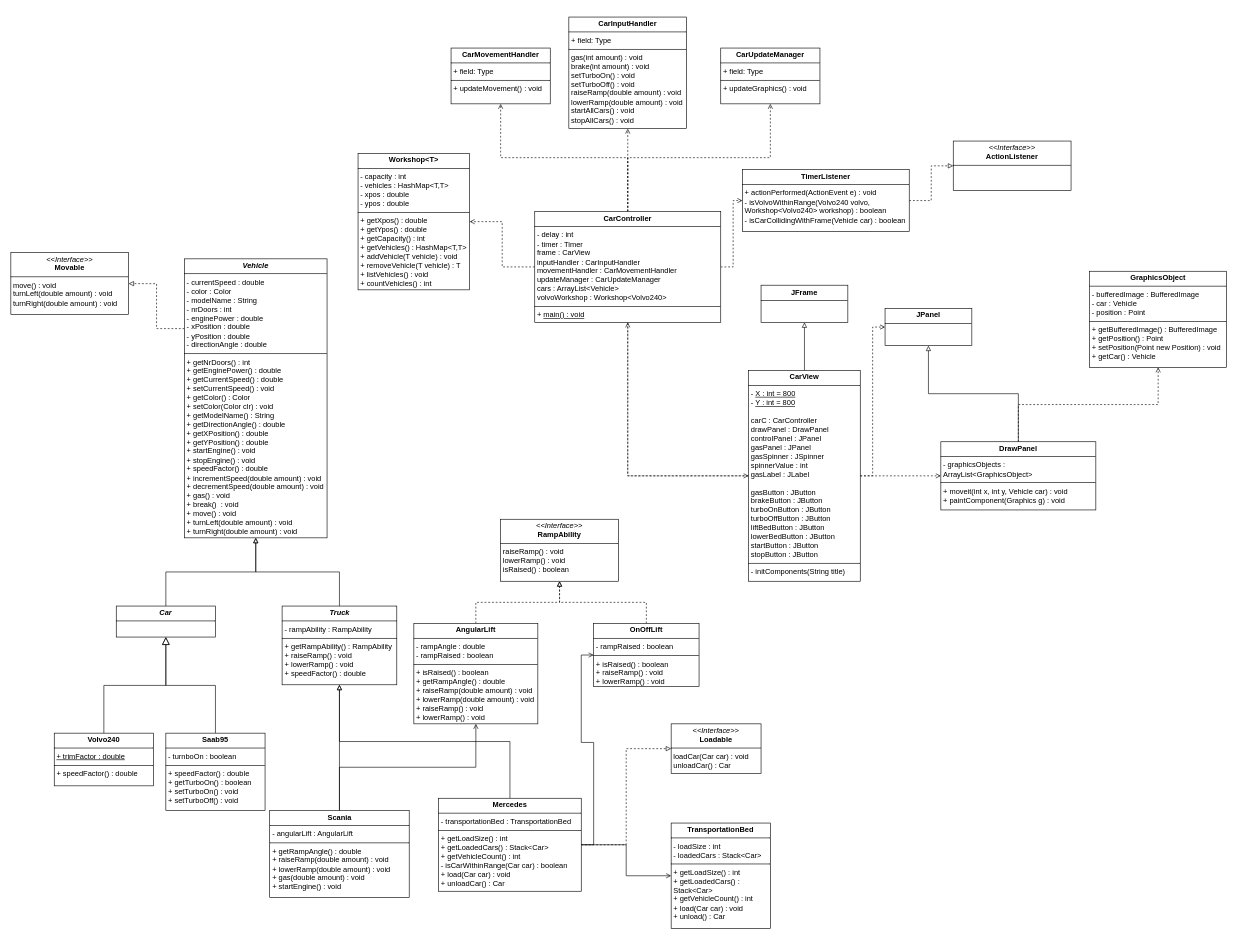
Before: out/production/lab3/UMLdiagram-new.drawio in kankodakoda/lab3, a draw.io diagram. Source tidied: cells renumbered, new cells numbered last; positions are measured from the earlier drawing's top-left corner, leaving out a move shared by most shapes. Both pictures are drawn from the tidied source at 62%, with x=0, y=0 at pixel (11, 17).
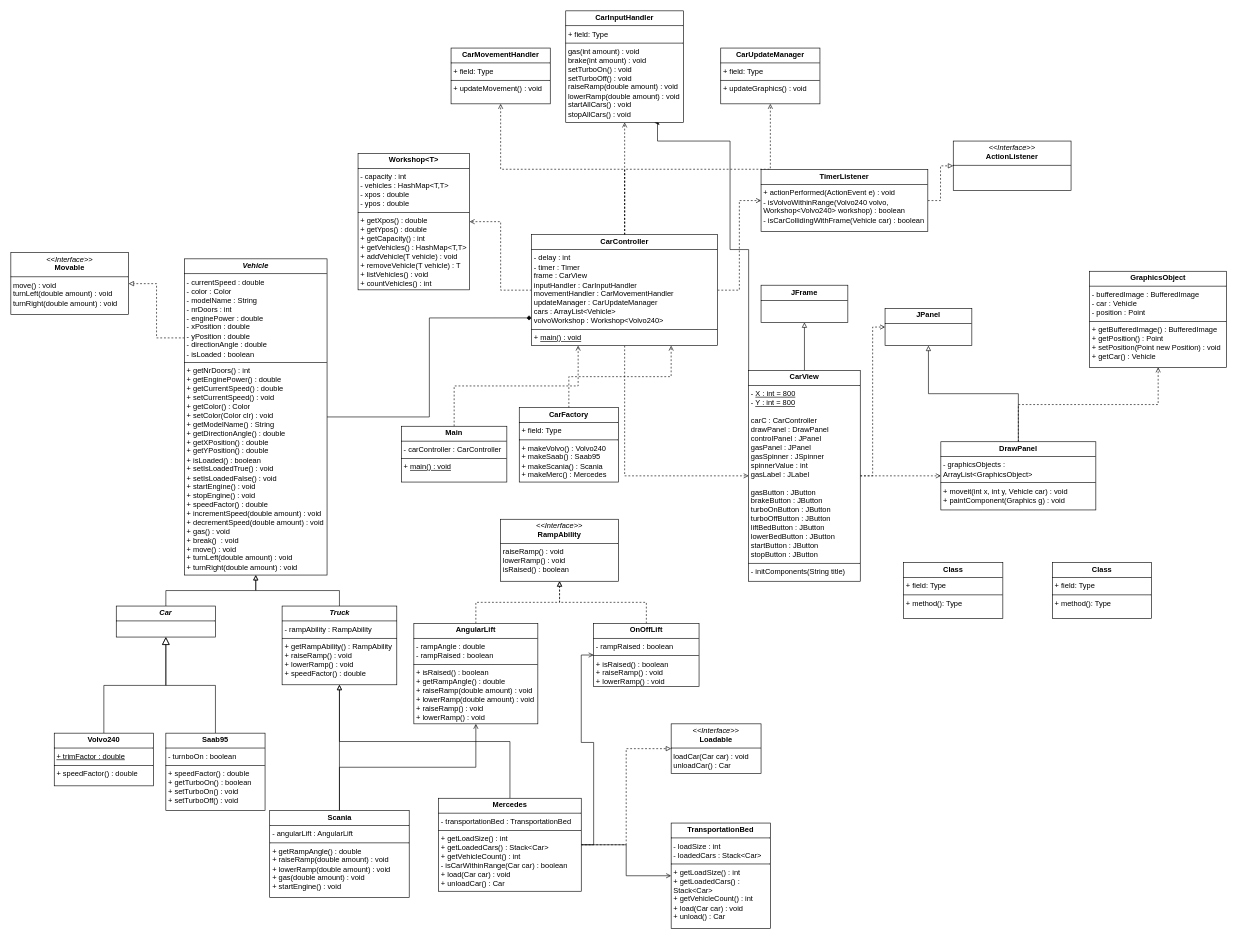
The same page after the edit.

The change refers to these unchanged cells:
```xml
<mxCell id="43" value="&lt;p style=&quot;margin:0px;margin-top:4px;text-align:center;&quot;&gt;&lt;b&gt;CarView&lt;/b&gt;&lt;/p&gt;&lt;hr size=&quot;1&quot; style=&quot;border-style:solid;&quot;&gt;&lt;p style=&quot;margin:0px;margin-left:4px;&quot;&gt;- &lt;u&gt;X : int = 800&lt;/u&gt;&lt;/p&gt;&lt;p style=&quot;margin:0px;margin-left:4px;&quot;&gt;- &lt;u&gt;Y : int = 800&lt;/u&gt;&lt;/p&gt;&lt;p style=&quot;margin:0px;margin-left:4px;&quot;&gt;&lt;u&gt;&lt;br&gt;&lt;/u&gt;&lt;/p&gt;&lt;p style=&quot;margin:0px;margin-left:4px;&quot;&gt;carC : CarController&lt;/p&gt;&lt;p style=&quot;margin:0px;margin-left:4px;&quot;&gt;drawPanel : DrawPanel&lt;/p&gt;&lt;p style=&quot;margin:0px;margin-left:4px;&quot;&gt;controlPanel : JPanel&lt;/p&gt;&lt;p style=&quot;margin:0px;margin-left:4px;&quot;&gt;gasPanel : JPanel&lt;/p&gt;&lt;p style=&quot;margin:0px;margin-left:4px;&quot;&gt;gasSpinner : JSpinner&lt;/p&gt;&lt;p style=&quot;margin:0px;margin-left:4px;&quot;&gt;spinnerValue : int&lt;/p&gt;&lt;p style=&quot;margin:0px;margin-left:4px;&quot;&gt;gasLabel : JLabel&lt;/p&gt;&lt;p style=&quot;margin:0px;margin-left:4px;&quot;&gt;&lt;br&gt;&lt;/p&gt;&lt;p style=&quot;margin:0px;margin-left:4px;&quot;&gt;gasButton : JButton&lt;/p&gt;&lt;p style=&quot;margin:0px;margin-left:4px;&quot;&gt;brakeButton : JButton&lt;br&gt;&lt;/p&gt;&lt;p style=&quot;margin:0px;margin-left:4px;&quot;&gt;turboOnButton : JButton&lt;br&gt;&lt;/p&gt;&lt;p style=&quot;margin:0px;margin-left:4px;&quot;&gt;turboOffButton : JButton&lt;br&gt;&lt;/p&gt;&lt;p style=&quot;margin:0px;margin-left:4px;&quot;&gt;liftBedButton : JButton&lt;br&gt;&lt;/p&gt;&lt;p style=&quot;margin:0px;margin-left:4px;&quot;&gt;lowerBedButton : JButton&lt;br&gt;&lt;/p&gt;&lt;p style=&quot;margin:0px;margin-left:4px;&quot;&gt;startButton : JButton&lt;br&gt;&lt;/p&gt;&lt;p style=&quot;margin:0px;margin-left:4px;&quot;&gt;stopButton : JButton&lt;/p&gt;&lt;hr size=&quot;1&quot; style=&quot;border-style:solid;&quot;&gt;&lt;p style=&quot;margin:0px;margin-left:4px;&quot;&gt;- initComponents(String title)&lt;/p&gt;" style="verticalAlign=top;align=left;overflow=fill;html=1;whiteSpace=wrap;" parent="1" vertex="1">
  <mxGeometry x="1190" y="570" width="180" height="340" as="geometry" />
</mxCell>
```

The edit, as a diff of the source:
```diff
@@
-    <mxCell id="25" value="&lt;p style=&quot;margin:0px;margin-top:4px;text-align:center;&quot;&gt;&lt;b&gt;&lt;i&gt;Vehicle&lt;/i&gt;&lt;/b&gt;&lt;/p&gt;&lt;hr size=&quot;1&quot; style=&quot;border-style:solid;&quot;&gt;&lt;p style=&quot;margin:0px;margin-left:4px;&quot;&gt;&lt;span style=&quot;text-wrap: nowrap;&quot;&gt;- currentSpeed : double&lt;/span&gt;&lt;br style=&quot;padding: 0px; margin: 0px; text-wrap: nowrap;&quot;&gt;&lt;span style=&quot;text-wrap: nowrap;&quot;&gt;- color : Color&lt;/span&gt;&lt;br style=&quot;padding: 0px; margin: 0px; text-wrap: nowrap;&quot;&gt;&lt;span style=&quot;text-wrap: nowrap;&quot;&gt;- modelName : String&lt;/span&gt;&lt;br style=&quot;padding: 0px; margin: 0px; text-wrap: nowrap;&quot;&gt;&lt;span style=&quot;text-wrap: nowrap;&quot;&gt;- nrDoors : int&lt;/span&gt;&lt;br style=&quot;padding: 0px; margin: 0px; text-wrap: nowrap;&quot;&gt;&lt;span style=&quot;text-wrap: nowrap;&quot;&gt;- enginePower : double&lt;/span&gt;&lt;br style=&quot;padding: 0px; margin: 0px; text-wrap: nowrap;&quot;&gt;&lt;span style=&quot;text-wrap: nowrap;&quot;&gt;- xPosition : double&lt;/span&gt;&lt;br style=&quot;padding: 0px; margin: 0px; text-wrap: nowrap;&quot;&gt;&lt;span style=&quot;text-wrap: nowrap;&quot;&gt;- yPosition : double&lt;/span&gt;&lt;br style=&quot;padding: 0px; margin: 0px; text-wrap: nowrap;&quot;&gt;&lt;span style=&quot;text-wrap: nowrap;&quot;&gt;- directionAngle : double&lt;/span&gt;&lt;br&gt;&lt;/p&gt;&lt;hr size=&quot;1&quot; style=&quot;border-style:solid;&quot;&gt;&lt;p style=&quot;margin:0px;margin-left:4px;&quot;&gt;&lt;span style=&quot;text-wrap: nowrap;&quot;&gt;+ getNrDoors() : int&lt;/span&gt;&lt;br style=&quot;padding: 0px; margin: 0px; text-wrap: nowrap;&quot;&gt;&lt;span style=&quot;text-wrap: nowrap;&quot;&gt;+ getEnginePower() : double&lt;/span&gt;&lt;br style=&quot;padding: 0px; margin: 0px; text-wrap: nowrap;&quot;&gt;&lt;span style=&quot;text-wrap: nowrap;&quot;&gt;+ getCurrentSpeed() : double&lt;/span&gt;&lt;/p&gt;&lt;p style=&quot;margin:0px;margin-left:4px;&quot;&gt;+ setCurrentSpeed() : void&lt;br style=&quot;padding: 0px; margin: 0px; text-wrap: nowrap;&quot;&gt;&lt;span style=&quot;text-wrap: nowrap;&quot;&gt;+ getColor() : Color&lt;/span&gt;&lt;br style=&quot;padding: 0px; margin: 0px; text-wrap: nowrap;&quot;&gt;&lt;span style=&quot;text-wrap: nowrap;&quot;&gt;+ setColor(Color clr) : void&lt;/span&gt;&lt;br style=&quot;padding: 0px; margin: 0px; text-wrap: nowrap;&quot;&gt;&lt;span style=&quot;text-wrap: nowrap;&quot;&gt;+ getModelName() : String&lt;/span&gt;&lt;br style=&quot;padding: 0px; margin: 0px; text-wrap: nowrap;&quot;&gt;&lt;span style=&quot;text-wrap: nowrap;&quot;&gt;+ getDirectionAngle() : double&lt;/span&gt;&lt;br style=&quot;padding: 0px; margin: 0px; text-wrap: nowrap;&quot;&gt;&lt;span style=&quot;text-wrap: nowrap;&quot;&gt;+ getXPosition() : double&lt;/span&gt;&lt;br style=&quot;padding: 0px; margin: 0px; text-wrap: nowrap;&quot;&gt;&lt;span style=&quot;text-wrap: nowrap;&quot;&gt;+ getYPosition() : double&lt;/span&gt;&lt;br style=&quot;padding: 0px; margin: 0px; text-wrap: nowrap;&quot;&gt;&lt;span style=&quot;text-wrap: nowrap;&quot;&gt;+ startEngine() : void&lt;/span&gt;&lt;br style=&quot;padding: 0px; margin: 0px; text-wrap: nowrap;&quot;&gt;&lt;span style=&quot;text-wrap: nowrap;&quot;&gt;+ stopEngine() : void&lt;/span&gt;&lt;br style=&quot;padding: 0px; margin: 0px; text-wrap: nowrap;&quot;&gt;&lt;span style=&quot;text-wrap: nowrap;&quot;&gt;+ speedFactor() : double&lt;/span&gt;&lt;br style=&quot;padding: 0px; margin: 0px; text-wrap: nowrap;&quot;&gt;&lt;span style=&quot;text-wrap: nowrap;&quot;&gt;+ incrementSpeed(double amount) : void&lt;/span&gt;&lt;br style=&quot;padding: 0px; margin: 0px; text-wrap: nowrap;&quot;&gt;&lt;span style=&quot;text-wrap: nowrap;&quot;&gt;+ decrementSpeed(double amount) : void&lt;/span&gt;&lt;br style=&quot;padding: 0px; margin: 0px; text-wrap: nowrap;&quot;&gt;&lt;span style=&quot;text-wrap: nowrap;&quot;&gt;+ gas() : void&lt;/span&gt;&lt;br style=&quot;padding: 0px; margin: 0px; text-wrap: nowrap;&quot;&gt;&lt;span style=&quot;text-wrap: nowrap;&quot;&gt;+ break()&amp;nbsp; : void&lt;/span&gt;&lt;br style=&quot;padding: 0px; margin: 0px; text-wrap: nowrap;&quot;&gt;&lt;span style=&quot;text-wrap: nowrap;&quot;&gt;+ move() : void&lt;/span&gt;&lt;br style=&quot;padding: 0px; margin: 0px; text-wrap: nowrap;&quot;&gt;&lt;span style=&quot;text-wrap: nowrap;&quot;&gt;+ turnLeft(double amount) : void&lt;/span&gt;&lt;br style=&quot;padding: 0px; margin: 0px; text-wrap: nowrap;&quot;&gt;&lt;span style=&quot;text-wrap: nowrap;&quot;&gt;+ turnRight(double amount) : void&lt;/span&gt;&lt;br&gt;&lt;/p&gt;" style="verticalAlign=top;align=left;overflow=fill;html=1;whiteSpace=wrap;" parent="1" vertex="1">
-      <mxGeometry x="280" y="390" width="230" height="450" as="geometry" />
+    <mxCell id="25" value="&lt;p style=&quot;margin:0px;margin-top:4px;text-align:center;&quot;&gt;&lt;b&gt;&lt;i&gt;Vehicle&lt;/i&gt;&lt;/b&gt;&lt;/p&gt;&lt;hr size=&quot;1&quot; style=&quot;border-style:solid;&quot;&gt;&lt;p style=&quot;margin:0px;margin-left:4px;&quot;&gt;&lt;span style=&quot;text-wrap: nowrap;&quot;&gt;- currentSpeed : double&lt;/span&gt;&lt;br style=&quot;padding: 0px; margin: 0px; text-wrap: nowrap;&quot;&gt;&lt;span style=&quot;text-wrap: nowrap;&quot;&gt;- color : Color&lt;/span&gt;&lt;br style=&quot;padding: 0px; margin: 0px; text-wrap: nowrap;&quot;&gt;&lt;span style=&quot;text-wrap: nowrap;&quot;&gt;- modelName : String&lt;/span&gt;&lt;br style=&quot;padding: 0px; margin: 0px; text-wrap: nowrap;&quot;&gt;&lt;span style=&quot;text-wrap: nowrap;&quot;&gt;- nrDoors : int&lt;/span&gt;&lt;br style=&quot;padding: 0px; margin: 0px; text-wrap: nowrap;&quot;&gt;&lt;span style=&quot;text-wrap: nowrap;&quot;&gt;- enginePower : double&lt;/span&gt;&lt;br style=&quot;padding: 0px; margin: 0px; text-wrap: nowrap;&quot;&gt;&lt;span style=&quot;text-wrap: nowrap;&quot;&gt;- xPosition : double&lt;/span&gt;&lt;br style=&quot;padding: 0px; margin: 0px; text-wrap: nowrap;&quot;&gt;&lt;span style=&quot;text-wrap: nowrap;&quot;&gt;- yPosition : double&lt;/span&gt;&lt;br style=&quot;padding: 0px; margin: 0px; text-wrap: nowrap;&quot;&gt;&lt;span style=&quot;text-wrap: nowrap;&quot;&gt;- directionAngle : double&lt;/span&gt;&lt;br&gt;&lt;/p&gt;&lt;p style=&quot;margin:0px;margin-left:4px;&quot;&gt;&lt;span style=&quot;text-wrap: nowrap;&quot;&gt;- isLoaded : boolean&lt;/span&gt;&lt;/p&gt;&lt;hr size=&quot;1&quot; style=&quot;border-style:solid;&quot;&gt;&lt;p style=&quot;margin:0px;margin-left:4px;&quot;&gt;&lt;span style=&quot;text-wrap: nowrap;&quot;&gt;+ getNrDoors() : int&lt;/span&gt;&lt;br style=&quot;padding: 0px; margin: 0px; text-wrap: nowrap;&quot;&gt;&lt;span style=&quot;text-wrap: nowrap;&quot;&gt;+ getEnginePower() : double&lt;/span&gt;&lt;br style=&quot;padding: 0px; margin: 0px; text-wrap: nowrap;&quot;&gt;&lt;span style=&quot;text-wrap: nowrap;&quot;&gt;+ getCurrentSpeed() : double&lt;/span&gt;&lt;/p&gt;&lt;p style=&quot;margin:0px;margin-left:4px;&quot;&gt;+ setCurrentSpeed() : void&lt;br style=&quot;padding: 0px; margin: 0px; text-wrap: nowrap;&quot;&gt;&lt;span style=&quot;text-wrap: nowrap;&quot;&gt;+ getColor() : Color&lt;/span&gt;&lt;br style=&quot;padding: 0px; margin: 0px; text-wrap: nowrap;&quot;&gt;&lt;span style=&quot;text-wrap: nowrap;&quot;&gt;+ setColor(Color clr) : void&lt;/span&gt;&lt;br style=&quot;padding: 0px; margin: 0px; text-wrap: nowrap;&quot;&gt;&lt;span style=&quot;text-wrap: nowrap;&quot;&gt;+ getModelName() : String&lt;/span&gt;&lt;br style=&quot;padding: 0px; margin: 0px; text-wrap: nowrap;&quot;&gt;&lt;span style=&quot;text-wrap: nowrap;&quot;&gt;+ getDirectionAngle() : double&lt;/span&gt;&lt;br style=&quot;padding: 0px; margin: 0px; text-wrap: nowrap;&quot;&gt;&lt;span style=&quot;text-wrap: nowrap;&quot;&gt;+ getXPosition() : double&lt;/span&gt;&lt;br style=&quot;padding: 0px; margin: 0px; text-wrap: nowrap;&quot;&gt;&lt;span style=&quot;text-wrap: nowrap;&quot;&gt;+ getYPosition() : double&lt;/span&gt;&lt;/p&gt;&lt;p style=&quot;margin:0px;margin-left:4px;&quot;&gt;+ isLoaded() : boolean&lt;/p&gt;&lt;p style=&quot;margin:0px;margin-left:4px;&quot;&gt;+ setIsLoadedTrue() : void&lt;/p&gt;&lt;p style=&quot;margin:0px;margin-left:4px;&quot;&gt;+ setIsLoadedFalse() : void&lt;br style=&quot;padding: 0px; margin: 0px;&quot;&gt;&lt;span style=&quot;text-wrap: nowrap;&quot;&gt;+ startEngine() : void&lt;/span&gt;&lt;br style=&quot;padding: 0px; margin: 0px; text-wrap: nowrap;&quot;&gt;&lt;span style=&quot;text-wrap: nowrap;&quot;&gt;+ stopEngine() : void&lt;/span&gt;&lt;br style=&quot;padding: 0px; margin: 0px; text-wrap: nowrap;&quot;&gt;&lt;span style=&quot;text-wrap: nowrap;&quot;&gt;+ speedFactor() : double&lt;/span&gt;&lt;br style=&quot;padding: 0px; margin: 0px; text-wrap: nowrap;&quot;&gt;&lt;span style=&quot;text-wrap: nowrap;&quot;&gt;+ incrementSpeed(double amount) : void&lt;/span&gt;&lt;br style=&quot;padding: 0px; margin: 0px; text-wrap: nowrap;&quot;&gt;&lt;span style=&quot;text-wrap: nowrap;&quot;&gt;+ decrementSpeed(double amount) : void&lt;/span&gt;&lt;br style=&quot;padding: 0px; margin: 0px; text-wrap: nowrap;&quot;&gt;&lt;span style=&quot;text-wrap: nowrap;&quot;&gt;+ gas() : void&lt;/span&gt;&lt;br style=&quot;padding: 0px; margin: 0px; text-wrap: nowrap;&quot;&gt;&lt;span style=&quot;text-wrap: nowrap;&quot;&gt;+ break()&amp;nbsp; : void&lt;/span&gt;&lt;br style=&quot;padding: 0px; margin: 0px; text-wrap: nowrap;&quot;&gt;&lt;span style=&quot;text-wrap: nowrap;&quot;&gt;+ move() : void&lt;/span&gt;&lt;br style=&quot;padding: 0px; margin: 0px; text-wrap: nowrap;&quot;&gt;&lt;span style=&quot;text-wrap: nowrap;&quot;&gt;+ turnLeft(double amount) : void&lt;/span&gt;&lt;br style=&quot;padding: 0px; margin: 0px; text-wrap: nowrap;&quot;&gt;&lt;span style=&quot;text-wrap: nowrap;&quot;&gt;+ turnRight(double amount) : void&lt;/span&gt;&lt;br&gt;&lt;/p&gt;" style="verticalAlign=top;align=left;overflow=fill;html=1;whiteSpace=wrap;" parent="1" vertex="1">
+      <mxGeometry x="280" y="390" width="230" height="510" as="geometry" />
     </mxCell>
@@
+    <mxCell id="54" style="edgeStyle=orthogonalEdgeStyle;rounded=0;jettySize=auto;html=1;exitX=0;exitY=0.75;exitDx=0;exitDy=0;endArrow=none;endFill=1;startArrow=diamond;startFill=1;" parent="1" edge="1" source="35" target="25">
+      <mxGeometry relative="1" as="geometry" />
+    </mxCell>
     <mxCell id="35" value="&lt;p style=&quot;margin:0px;margin-top:4px;text-align:center;&quot;&gt;&lt;b&gt;CarController&lt;/b&gt;&lt;/p&gt;&lt;hr size=&quot;1&quot; style=&quot;border-style:solid;&quot;&gt;&lt;p style=&quot;margin:0px;margin-left:4px;&quot;&gt;- delay : int&lt;/p&gt;&lt;p style=&quot;margin:0px;margin-left:4px;&quot;&gt;- timer : Timer&lt;/p&gt;&lt;p style=&quot;margin:0px;margin-left:4px;&quot;&gt;frame : CarView&lt;/p&gt;&lt;p style=&quot;margin:0px;margin-left:4px;&quot;&gt;inputHandler : CarInputHandler&lt;/p&gt;&lt;p style=&quot;margin:0px;margin-left:4px;&quot;&gt;movementHandler : CarMovementHandler&lt;/p&gt;&lt;p style=&quot;margin:0px;margin-left:4px;&quot;&gt;updateManager : CarUpdateManager&lt;/p&gt;&lt;p style=&quot;margin:0px;margin-left:4px;&quot;&gt;cars : ArrayList&amp;lt;Vehicle&amp;gt;&lt;/p&gt;&lt;p style=&quot;margin:0px;margin-left:4px;&quot;&gt;volvoWorkshop : Workshop&amp;lt;Volvo240&amp;gt;&lt;/p&gt;&lt;hr size=&quot;1&quot; style=&quot;border-style:solid;&quot;&gt;&lt;p style=&quot;margin:0px;margin-left:4px;&quot;&gt;+ &lt;u&gt;main() : void&lt;/u&gt;&lt;/p&gt;&lt;p style=&quot;margin:0px;margin-left:4px;&quot;&gt;&lt;br&gt;&lt;/p&gt;" style="verticalAlign=top;align=left;overflow=fill;html=1;whiteSpace=wrap;" parent="1" vertex="1">
-      <mxGeometry x="845" y="313.5" width="300" height="179" as="geometry" />
+      <mxGeometry x="840" y="351" width="300" height="179" as="geometry" />
     </mxCell>
@@
     <mxCell id="37" value="&lt;p style=&quot;margin:0px;margin-top:4px;text-align:center;&quot;&gt;&lt;b&gt;TimerListener&lt;/b&gt;&lt;/p&gt;&lt;hr size=&quot;1&quot; style=&quot;border-style:solid;&quot;&gt;&lt;p style=&quot;margin:0px;margin-left:4px;&quot;&gt;&lt;span style=&quot;background-color: transparent; color: light-dark(rgb(0, 0, 0), rgb(255, 255, 255));&quot;&gt;+ actionPerformed(ActionEvent e) : void&lt;/span&gt;&lt;/p&gt;&lt;p style=&quot;margin:0px;margin-left:4px;&quot;&gt;- isVolvoWithinRange(Volvo240 volvo, Workshop&amp;lt;Volvo240&amp;gt; workshop) : boolean&lt;/p&gt;&lt;p style=&quot;margin:0px;margin-left:4px;&quot;&gt;- isCarCollidingWithFrame(Vehicle car) : boolean&amp;nbsp;&lt;/p&gt;" style="verticalAlign=top;align=left;overflow=fill;html=1;whiteSpace=wrap;" parent="1" vertex="1">
-      <mxGeometry x="1180" y="246" width="269" height="100" as="geometry" />
+      <mxGeometry x="1210" y="246" width="269" height="100" as="geometry" />
     </mxCell>
@@
-    <mxCell id="40" style="edgeStyle=orthogonalEdgeStyle;rounded=0;jettySize=auto;html=1;entryX=0.5;entryY=1;entryDx=0;entryDy=0;dashed=1;endArrow=open;endFill=0;" parent="1" edge="1" source="43" target="35">
-      <mxGeometry relative="1" as="geometry" />
-    </mxCell>
@@
+    <mxCell id="55" style="edgeStyle=orthogonalEdgeStyle;rounded=0;jettySize=auto;html=1;exitX=0;exitY=0;exitDx=0;exitDy=0;entryX=0.75;entryY=1;entryDx=0;entryDy=0;" parent="1" edge="1" source="43" target="52">
+      <mxGeometry relative="1" as="geometry">
+        <Array as="points">
+          <mxPoint x="1190" y="375" />
+          <mxPoint x="1160" y="375" />
+          <mxPoint x="1160" y="200" />
+          <mxPoint x="1043" y="200" />
+        </Array>
+      </mxGeometry>
+    </mxCell>
@@
     <mxCell id="52" value="&lt;p style=&quot;margin:0px;margin-top:4px;text-align:center;&quot;&gt;&lt;b&gt;CarInputHandler&lt;/b&gt;&lt;/p&gt;&lt;hr size=&quot;1&quot; style=&quot;border-style:solid;&quot;&gt;&lt;p style=&quot;margin:0px;margin-left:4px;&quot;&gt;+ field: Type&lt;/p&gt;&lt;hr size=&quot;1&quot; style=&quot;border-style:solid;&quot;&gt;&lt;p style=&quot;margin: 0px 0px 0px 4px;&quot;&gt;gas(int amount) : void&lt;/p&gt;&lt;p style=&quot;margin: 0px 0px 0px 4px;&quot;&gt;brake(int amount) : void&lt;/p&gt;&lt;p style=&quot;margin: 0px 0px 0px 4px;&quot;&gt;setTurboOn() : void&lt;/p&gt;&lt;p style=&quot;margin: 0px 0px 0px 4px;&quot;&gt;setTurboOff() : void&lt;/p&gt;&lt;p style=&quot;margin: 0px 0px 0px 4px;&quot;&gt;raiseRamp(double amount) : void&lt;/p&gt;&lt;p style=&quot;margin: 0px 0px 0px 4px;&quot;&gt;lowerRamp(double amount) : void&lt;/p&gt;&lt;p style=&quot;margin: 0px 0px 0px 4px;&quot;&gt;startAllCars() : void&lt;/p&gt;&lt;p style=&quot;margin: 0px 0px 0px 4px;&quot;&gt;stopAllCars() : void&amp;nbsp;&lt;/p&gt;" style="verticalAlign=top;align=left;overflow=fill;html=1;whiteSpace=wrap;" parent="1" vertex="1">
-      <mxGeometry x="900" width="190" height="180" as="geometry" />
+      <mxGeometry x="895" y="-10" width="190" height="180" as="geometry" />
     </mxCell>
@@
+    <mxCell id="56" value="&lt;p style=&quot;margin:0px;margin-top:4px;text-align:center;&quot;&gt;&lt;b&gt;Class&lt;/b&gt;&lt;/p&gt;&lt;hr size=&quot;1&quot; style=&quot;border-style:solid;&quot;/&gt;&lt;p style=&quot;margin:0px;margin-left:4px;&quot;&gt;+ field: Type&lt;/p&gt;&lt;hr size=&quot;1&quot; style=&quot;border-style:solid;&quot;/&gt;&lt;p style=&quot;margin:0px;margin-left:4px;&quot;&gt;+ method(): Type&lt;/p&gt;" style="verticalAlign=top;align=left;overflow=fill;html=1;whiteSpace=wrap;" parent="1" vertex="1">
+      <mxGeometry x="1440" y="880" width="160" height="90" as="geometry" />
+    </mxCell>
+    <mxCell id="57" value="&lt;p style=&quot;margin:0px;margin-top:4px;text-align:center;&quot;&gt;&lt;b&gt;Class&lt;/b&gt;&lt;/p&gt;&lt;hr size=&quot;1&quot; style=&quot;border-style:solid;&quot;/&gt;&lt;p style=&quot;margin:0px;margin-left:4px;&quot;&gt;+ field: Type&lt;/p&gt;&lt;hr size=&quot;1&quot; style=&quot;border-style:solid;&quot;/&gt;&lt;p style=&quot;margin:0px;margin-left:4px;&quot;&gt;+ method(): Type&lt;/p&gt;" style="verticalAlign=top;align=left;overflow=fill;html=1;whiteSpace=wrap;" parent="1" vertex="1">
+      <mxGeometry x="1680" y="880" width="160" height="90" as="geometry" />
+    </mxCell>
+    <mxCell id="58" style="edgeStyle=orthogonalEdgeStyle;rounded=0;jettySize=auto;html=1;exitX=0.5;exitY=0;exitDx=0;exitDy=0;entryX=0.25;entryY=1;entryDx=0;entryDy=0;dashed=1;endArrow=open;endFill=0;" parent="1" edge="1" source="59" target="35">
+      <mxGeometry relative="1" as="geometry" />
+    </mxCell>
+    <mxCell id="59" value="&lt;p style=&quot;margin:0px;margin-top:4px;text-align:center;&quot;&gt;&lt;b&gt;Main&lt;/b&gt;&lt;/p&gt;&lt;hr size=&quot;1&quot; style=&quot;border-style:solid;&quot;&gt;&lt;p style=&quot;margin:0px;margin-left:4px;&quot;&gt;- carController : CarController&lt;/p&gt;&lt;hr size=&quot;1&quot; style=&quot;border-style:solid;&quot;&gt;&lt;p style=&quot;margin:0px;margin-left:4px;&quot;&gt;+&amp;nbsp;&lt;u style=&quot;background-color: transparent; color: light-dark(rgb(0, 0, 0), rgb(255, 255, 255));&quot;&gt;main() : void&lt;/u&gt;&lt;/p&gt;" style="verticalAlign=top;align=left;overflow=fill;html=1;whiteSpace=wrap;" parent="1" vertex="1">
+      <mxGeometry x="630" y="660" width="170" height="90" as="geometry" />
+    </mxCell>
+    <mxCell id="60" style="edgeStyle=orthogonalEdgeStyle;rounded=0;jettySize=auto;html=1;entryX=0.75;entryY=1;entryDx=0;entryDy=0;dashed=1;endArrow=open;endFill=0;" parent="1" edge="1" source="61" target="35">
+      <mxGeometry relative="1" as="geometry" />
+    </mxCell>
+    <mxCell id="61" value="&lt;p style=&quot;margin:0px;margin-top:4px;text-align:center;&quot;&gt;&lt;b&gt;CarFactory&lt;/b&gt;&lt;/p&gt;&lt;hr size=&quot;1&quot; style=&quot;border-style:solid;&quot;&gt;&lt;p style=&quot;margin:0px;margin-left:4px;&quot;&gt;+ field: Type&lt;/p&gt;&lt;hr size=&quot;1&quot; style=&quot;border-style:solid;&quot;&gt;&lt;p style=&quot;margin:0px;margin-left:4px;&quot;&gt;+ makeVolvo() : Volvo240&lt;/p&gt;&lt;p style=&quot;margin:0px;margin-left:4px;&quot;&gt;+ makeSaab() : Saab95&lt;/p&gt;&lt;p style=&quot;margin:0px;margin-left:4px;&quot;&gt;+ makeScania() : Scania&lt;/p&gt;&lt;p style=&quot;margin:0px;margin-left:4px;&quot;&gt;+ makeMerc() : Mercedes&lt;/p&gt;" style="verticalAlign=top;align=left;overflow=fill;html=1;whiteSpace=wrap;" parent="1" vertex="1">
+      <mxGeometry x="820" y="630" width="160" height="120" as="geometry" />
+    </mxCell>
```
